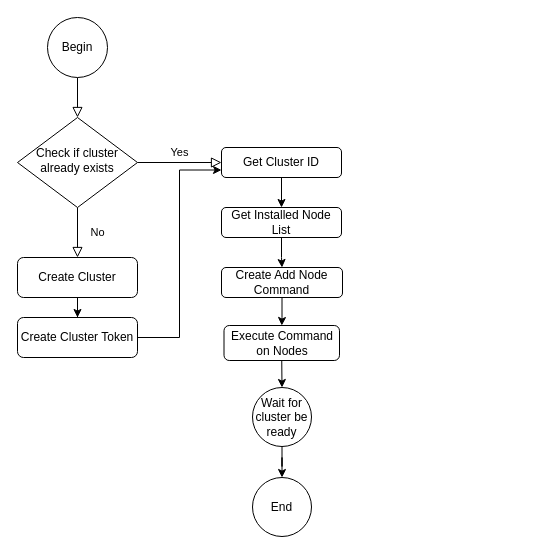
alexismaior/diagrams keeps this draw.io diagram as Ansible-Playbook-Create-Rancher.drawio. Above is the earlier version. Source tidied: cells renumbered, new cells numbered last; positions are measured from the earlier drawing's top-left corner, leaving out a move shared by most shapes. Both pictures are drawn from the tidied source at 100%, with x=0, y=0 at pixel (17, 17).
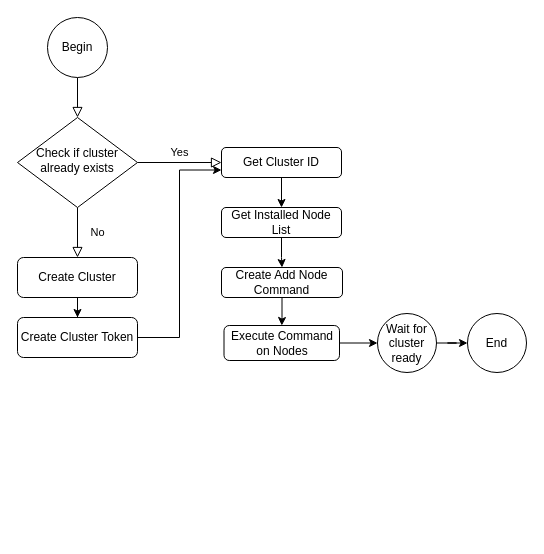
Above is the later version.

Unchanged cells that the change refers to:
```xml
<mxCell id="18" value="Execute Command on Nodes" style="whiteSpace=wrap;html=1;rounded=1;shadow=0;strokeWidth=1;glass=0;" parent="1" vertex="1">
  <mxGeometry x="206.5" y="308" width="115.5" height="35" as="geometry" />
</mxCell>
```

The edit, as a diff of the source:
```diff
@@
-    <mxCell id="17" style="edgeStyle=orthogonalEdgeStyle;rounded=0;jettySize=auto;html=1;exitX=0.5;exitY=1;exitDx=0;exitDy=0;entryX=0.5;entryY=0;entryDx=0;entryDy=0;" parent="1" edge="1" source="18" target="20">
+    <mxCell id="17" style="edgeStyle=orthogonalEdgeStyle;rounded=0;jettySize=auto;html=1;exitX=1;exitY=0.5;exitDx=0;exitDy=0;entryX=0;entryY=0.5;entryDx=0;entryDy=0;" parent="1" edge="1" source="18" target="20">
       <mxGeometry relative="1" as="geometry" />
     </mxCell>
@@
-    <mxCell id="20" value="Wait for cluster be ready" style="ellipse;whiteSpace=wrap;html=1;" parent="1" vertex="1">
-      <mxGeometry x="235" y="370" width="59" height="59" as="geometry" />
+    <mxCell id="20" value="Wait for cluster ready" style="ellipse;whiteSpace=wrap;html=1;" parent="1" vertex="1">
+      <mxGeometry x="360" y="296" width="59" height="59" as="geometry" />
     </mxCell>
     <mxCell id="21" value="End" style="ellipse;whiteSpace=wrap;html=1;" parent="1" vertex="1">
-      <mxGeometry x="235" y="460" width="59" height="59" as="geometry" />
+      <mxGeometry x="450" y="296" width="59" height="59" as="geometry" />
     </mxCell>
```
